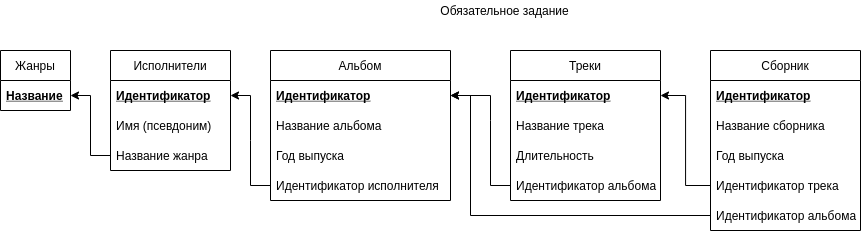
Before: design/lesson3 - task1.png, a diagram exported from draw.io (Bodrian/py-homeworks-db). Source tidied: cells renumbered, new cells last; positions are measured from the earlier drawing's top-left corner, leaving out a move shared by most shapes.
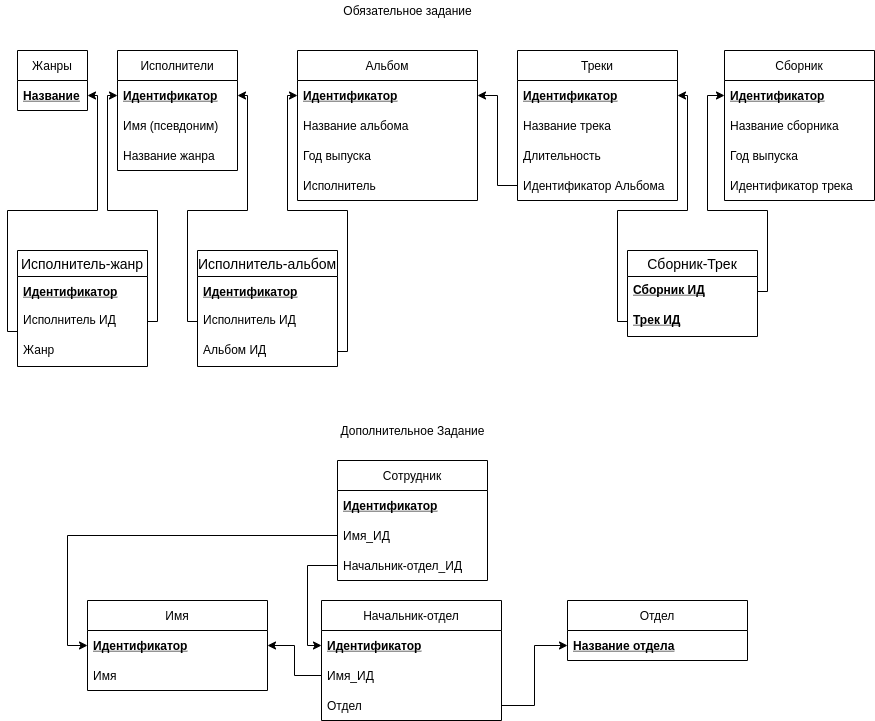
The same diagram one commit later.

Commit message:
ver.2 схема

Отработал замечания, добавил схему доп.задания.

What changed in the source:
```diff
@@ -3,7 +3,7 @@
     <mxCell id="0" />
     <mxCell id="1" parent="0" />
     <mxCell id="2" value="Обязательное задание" style="text;html=1;align=center;verticalAlign=middle;strokeColor=none;fillColor=none;" parent="1" vertex="1">
-      <mxGeometry x="434" width="140" height="20" as="geometry" />
+      <mxGeometry x="330" width="140" height="20" as="geometry" />
     </mxCell>
     <mxCell id="3" value="Исполнители" style="swimlane;fontStyle=0;horizontal=1;startSize=30;" parent="1" vertex="1">
       <mxGeometry x="110" y="50" width="120" height="120" as="geometry" />
@@ -18,7 +18,7 @@
       <mxGeometry y="90" width="120" height="30" as="geometry" />
     </mxCell>
     <mxCell id="7" value="Альбом" style="swimlane;fontStyle=0;horizontal=1;startSize=30;direction=east;" parent="1" vertex="1">
-      <mxGeometry x="270" y="50" width="180" height="150" as="geometry" />
+      <mxGeometry x="290" y="50" width="180" height="150" as="geometry" />
     </mxCell>
     <mxCell id="8" value="Идентификатор" style="text;strokeColor=none;fillColor=none;align=left;verticalAlign=middle;spacingLeft=4;spacingRight=4;overflow=hidden;points=[[0,0.5],[1,0.5]];portConstraint=eastwest;fontStyle=5;" parent="7" vertex="1">
       <mxGeometry y="30" width="180" height="30" as="geometry" />
@@ -29,50 +29,32 @@
     <mxCell id="10" value="Год выпуска" style="text;strokeColor=none;fillColor=none;align=left;verticalAlign=middle;spacingLeft=4;spacingRight=4;overflow=hidden;" parent="7" vertex="1">
       <mxGeometry y="90" width="180" height="30" as="geometry" />
     </mxCell>
-    <mxCell id="11" value="Идентификатор исполнителя" style="text;strokeColor=none;fillColor=none;align=left;verticalAlign=middle;spacingLeft=4;spacingRight=4;overflow=hidden;points=[[0,0.5],[1,0.5]];portConstraint=eastwest;" parent="7" vertex="1">
+    <mxCell id="11" value="Исполнитель" style="text;strokeColor=none;fillColor=none;align=left;verticalAlign=middle;spacingLeft=4;spacingRight=4;overflow=hidden;points=[[0,0.5],[1,0.5]];portConstraint=eastwest;" parent="7" vertex="1">
       <mxGeometry y="120" width="180" height="30" as="geometry" />
     </mxCell>
     <mxCell id="12" value="Треки" style="swimlane;fontStyle=0;horizontal=1;startSize=30;" parent="1" vertex="1">
-      <mxGeometry x="510" y="50" width="150" height="150" as="geometry" />
+      <mxGeometry x="510" y="50" width="160" height="150" as="geometry" />
     </mxCell>
     <mxCell id="13" value="Идентификатор" style="text;strokeColor=none;fillColor=none;align=left;verticalAlign=middle;spacingLeft=4;spacingRight=4;overflow=hidden;points=[[0,0.5],[1,0.5]];portConstraint=eastwest;fontStyle=5;" parent="12" vertex="1">
-      <mxGeometry y="30" width="150" height="30" as="geometry" />
+      <mxGeometry y="30" width="160" height="30" as="geometry" />
     </mxCell>
     <mxCell id="14" value="Название трека" style="text;strokeColor=none;fillColor=none;align=left;verticalAlign=middle;spacingLeft=4;spacingRight=4;overflow=hidden;" parent="12" vertex="1">
-      <mxGeometry y="60" width="150" height="30" as="geometry" />
+      <mxGeometry y="60" width="160" height="30" as="geometry" />
     </mxCell>
     <mxCell id="15" value="Длительность" style="text;strokeColor=none;fillColor=none;align=left;verticalAlign=middle;spacingLeft=4;spacingRight=4;overflow=hidden;" parent="12" vertex="1">
-      <mxGeometry y="90" width="150" height="30" as="geometry" />
+      <mxGeometry y="90" width="160" height="30" as="geometry" />
     </mxCell>
-    <mxCell id="16" value="Идентификатор альбома" style="text;strokeColor=none;fillColor=none;align=left;verticalAlign=middle;spacingLeft=4;spacingRight=4;overflow=hidden;points=[[0,0.5],[1,0.5]];portConstraint=eastwest;" parent="12" vertex="1">
-      <mxGeometry y="120" width="150" height="30" as="geometry" />
+    <mxCell id="16" value="Идентификатор Альбома" style="text;strokeColor=none;fillColor=none;align=left;verticalAlign=middle;spacingLeft=4;spacingRight=4;overflow=hidden;points=[[0,0.5],[1,0.5]];portConstraint=eastwest;" parent="12" vertex="1">
+      <mxGeometry y="120" width="160" height="30" as="geometry" />
     </mxCell>
-    <mxCell id="17" style="endArrow=classic;html=1;rounded=0;exitX=0;exitY=0.5;exitDx=0;exitDy=0;entryX=1;entryY=0.5;entryDx=0;entryDy=0;" parent="1" edge="1" source="11" target="4">
-      <mxGeometry relative="1" as="geometry">
-        <Array as="points">
-          <mxPoint x="250" y="185" />
-          <mxPoint x="250" y="140" />
-          <mxPoint x="250" y="95" />
-        </Array>
-      </mxGeometry>
-    </mxCell>
-    <mxCell id="18" style="endArrow=classic;html=1;rounded=0;exitX=0;exitY=0.5;exitDx=0;exitDy=0;entryX=1;entryY=0.5;entryDx=0;entryDy=0;" parent="1" edge="1" source="16" target="8">
-      <mxGeometry relative="1" as="geometry">
-        <Array as="points">
-          <mxPoint x="490" y="185" />
-          <mxPoint x="490" y="120" />
-          <mxPoint x="490" y="95" />
-        </Array>
-      </mxGeometry>
-    </mxCell>
     <mxCell id="19" value="Жанры" style="swimlane;fontStyle=0;horizontal=1;startSize=30;" parent="1" vertex="1">
-      <mxGeometry y="50" width="70" height="60" as="geometry" />
+      <mxGeometry x="10" y="50" width="70" height="60" as="geometry" />
     </mxCell>
     <mxCell id="20" value="Название" style="text;strokeColor=none;fillColor=none;align=left;verticalAlign=middle;spacingLeft=4;spacingRight=4;overflow=hidden;points=[[0,0.5],[1,0.5]];portConstraint=eastwest;fontStyle=5;" parent="19" vertex="1">
       <mxGeometry y="30" width="70" height="30" as="geometry" />
     </mxCell>
     <mxCell id="21" value="Сборник" style="swimlane;fontStyle=0;horizontal=1;startSize=30;" parent="1" vertex="1">
-      <mxGeometry x="710" y="50" width="150" height="180" as="geometry" />
+      <mxGeometry x="717" y="50" width="150" height="150" as="geometry" />
     </mxCell>
     <mxCell id="22" value="Идентификатор" style="text;strokeColor=none;fillColor=none;align=left;verticalAlign=middle;spacingLeft=4;spacingRight=4;overflow=hidden;points=[[0,0.5],[1,0.5]];portConstraint=eastwest;fontStyle=5;" parent="21" vertex="1">
       <mxGeometry y="30" width="150" height="30" as="geometry" />
@@ -86,22 +68,161 @@
     <mxCell id="25" value="Идентификатор трека" style="text;strokeColor=none;fillColor=none;align=left;verticalAlign=middle;spacingLeft=4;spacingRight=4;overflow=hidden;points=[[0,0.5],[1,0.5]];portConstraint=eastwest;" parent="21" vertex="1">
       <mxGeometry y="120" width="150" height="30" as="geometry" />
     </mxCell>
-    <mxCell id="26" value="Идентификатор альбома" style="text;strokeColor=none;fillColor=none;align=left;verticalAlign=middle;spacingLeft=4;spacingRight=4;overflow=hidden;points=[[0,0.5],[1,0.5]];portConstraint=eastwest;" parent="21" vertex="1">
-      <mxGeometry y="150" width="150" height="30" as="geometry" />
-    </mxCell>
-    <mxCell id="27" style="edgeStyle=orthogonalEdgeStyle;rounded=0;jettySize=auto;html=1;exitX=0;exitY=0.5;exitDx=0;exitDy=0;entryX=1;entryY=0.5;entryDx=0;entryDy=0;" parent="1" edge="1" source="6" target="20">
-      <mxGeometry relative="1" as="geometry" />
-    </mxCell>
-    <mxCell id="28" style="edgeStyle=orthogonalEdgeStyle;rounded=0;jettySize=auto;html=1;exitX=0;exitY=0.5;exitDx=0;exitDy=0;entryX=1;entryY=0.5;entryDx=0;entryDy=0;" parent="1" edge="1" source="25" target="13">
-      <mxGeometry relative="1" as="geometry" />
-    </mxCell>
-    <mxCell id="29" style="edgeStyle=orthogonalEdgeStyle;rounded=0;jettySize=auto;html=1;exitX=0;exitY=0.5;exitDx=0;exitDy=0;entryX=1;entryY=0.5;entryDx=0;entryDy=0;" parent="1" edge="1" source="26" target="8">
-      <mxGeometry relative="1" as="geometry">
-        <Array as="points">
-          <mxPoint x="470" y="215" />
-          <mxPoint x="470" y="95" />
-        </Array>
-      </mxGeometry>
-    </mxCell>
+    <mxCell id="30" value="Исполнитель-жанр" style="swimlane;fontStyle=0;horizontal=1;startSize=26;align=center;fontSize=14;" parent="1" vertex="1">
+      <mxGeometry x="10" y="250" width="130" height="116" as="geometry" />
+    </mxCell>
+    <mxCell id="31" value="Идентификатор" style="text;strokeColor=none;fillColor=none;align=left;verticalAlign=middle;spacingLeft=4;spacingRight=4;overflow=hidden;rounded=0;glass=0;shadow=0;fontStyle=5;" parent="30" vertex="1">
+      <mxGeometry y="26" width="130" height="30" as="geometry" />
+    </mxCell>
+    <mxCell id="32" value="Исполнитель ИД" style="text;strokeColor=none;fillColor=none;spacingLeft=4;spacingRight=4;overflow=hidden;points=[[0,0.5],[1,0.5]];portConstraint=eastwest;fontSize=12;" parent="30" vertex="1">
+      <mxGeometry y="56" width="130" height="30" as="geometry" />
+    </mxCell>
+    <mxCell id="33" value="Жанр" style="text;strokeColor=none;fillColor=none;spacingLeft=4;spacingRight=4;overflow=hidden;points=[[0,0.5],[1,0.5]];portConstraint=eastwest;fontSize=12;" parent="30" vertex="1">
+      <mxGeometry y="86" width="130" height="30" as="geometry" />
+    </mxCell>
+    <mxCell id="34" style="edgeStyle=orthogonalEdgeStyle;rounded=0;jettySize=auto;html=1;exitX=1;exitY=0.5;exitDx=0;exitDy=0;entryX=0;entryY=0.5;entryDx=0;entryDy=0;" parent="1" edge="1" source="32" target="4">
+      <mxGeometry relative="1" as="geometry">
+        <Array as="points">
+          <mxPoint x="150" y="321" />
+          <mxPoint x="150" y="210" />
+          <mxPoint x="100" y="210" />
+          <mxPoint x="100" y="95" />
+        </Array>
+      </mxGeometry>
+    </mxCell>
+    <mxCell id="35" style="edgeStyle=orthogonalEdgeStyle;rounded=0;jettySize=auto;html=1;exitX=0;exitY=0.5;exitDx=0;exitDy=0;entryX=1;entryY=0.5;entryDx=0;entryDy=0;" parent="1" edge="1" source="33" target="20">
+      <mxGeometry relative="1" as="geometry">
+        <Array as="points">
+          <mxPoint x="10" y="331" />
+          <mxPoint y="331" />
+          <mxPoint y="210" />
+          <mxPoint x="90" y="210" />
+          <mxPoint x="90" y="95" />
+        </Array>
+      </mxGeometry>
+    </mxCell>
+    <mxCell id="36" value="Исполнитель-альбом" style="swimlane;fontStyle=0;horizontal=1;startSize=26;align=center;fontSize=14;" parent="1" vertex="1">
+      <mxGeometry x="190" y="250" width="140" height="116" as="geometry" />
+    </mxCell>
+    <mxCell id="37" value="Идентификатор" style="text;strokeColor=none;fillColor=none;align=left;verticalAlign=middle;spacingLeft=4;spacingRight=4;overflow=hidden;rounded=0;glass=0;shadow=0;fontStyle=5;" parent="36" vertex="1">
+      <mxGeometry y="26" width="140" height="30" as="geometry" />
+    </mxCell>
+    <mxCell id="38" value="Исполнитель ИД" style="text;strokeColor=none;fillColor=none;spacingLeft=4;spacingRight=4;overflow=hidden;points=[[0,0.5],[1,0.5]];portConstraint=eastwest;fontSize=12;" parent="36" vertex="1">
+      <mxGeometry y="56" width="140" height="30" as="geometry" />
+    </mxCell>
+    <mxCell id="39" value="Альбом ИД" style="text;strokeColor=none;fillColor=none;spacingLeft=4;spacingRight=4;overflow=hidden;points=[[0,0.5],[1,0.5]];portConstraint=eastwest;fontSize=12;" parent="36" vertex="1">
+      <mxGeometry y="86" width="140" height="30" as="geometry" />
+    </mxCell>
+    <mxCell id="40" style="edgeStyle=orthogonalEdgeStyle;rounded=0;jettySize=auto;html=1;exitX=0;exitY=0.5;exitDx=0;exitDy=0;entryX=1;entryY=0.5;entryDx=0;entryDy=0;" parent="1" edge="1" source="38" target="4">
+      <mxGeometry relative="1" as="geometry">
+        <Array as="points">
+          <mxPoint x="180" y="321" />
+          <mxPoint x="180" y="210" />
+          <mxPoint x="240" y="210" />
+          <mxPoint x="240" y="95" />
+        </Array>
+      </mxGeometry>
+    </mxCell>
+    <mxCell id="41" style="edgeStyle=orthogonalEdgeStyle;rounded=0;jettySize=auto;html=1;exitX=1;exitY=0.5;exitDx=0;exitDy=0;entryX=0;entryY=0.5;entryDx=0;entryDy=0;" parent="1" edge="1" source="39" target="8">
+      <mxGeometry relative="1" as="geometry">
+        <Array as="points">
+          <mxPoint x="340" y="351" />
+          <mxPoint x="340" y="210" />
+          <mxPoint x="280" y="210" />
+          <mxPoint x="280" y="95" />
+        </Array>
+      </mxGeometry>
+    </mxCell>
+    <mxCell id="18" style="edgeStyle=orthogonalEdgeStyle;rounded=0;jettySize=auto;html=1;exitX=0;exitY=0.5;exitDx=0;exitDy=0;entryX=1;entryY=0.5;entryDx=0;entryDy=0;" parent="1" edge="1" source="16" target="8">
+      <mxGeometry relative="1" as="geometry" />
+    </mxCell>
+    <mxCell id="42" value="Сборник-Трек" style="swimlane;fontStyle=0;horizontal=1;startSize=26;align=center;fontSize=14;" parent="1" vertex="1">
+      <mxGeometry x="620" y="250" width="130" height="86" as="geometry" />
+    </mxCell>
+    <mxCell id="43" value="Сборник ИД" style="text;strokeColor=none;fillColor=none;spacingLeft=4;spacingRight=4;overflow=hidden;points=[[0,0.5],[1,0.5]];portConstraint=eastwest;fontSize=12;fontStyle=5;" parent="42" vertex="1">
+      <mxGeometry y="26" width="130" height="30" as="geometry" />
+    </mxCell>
+    <mxCell id="44" value="Трек ИД" style="text;strokeColor=none;fillColor=none;spacingLeft=4;spacingRight=4;overflow=hidden;points=[[0,0.5],[1,0.5]];portConstraint=eastwest;fontSize=12;fontStyle=5;" parent="42" vertex="1">
+      <mxGeometry y="56" width="130" height="30" as="geometry" />
+    </mxCell>
+    <mxCell id="45" style="edgeStyle=orthogonalEdgeStyle;rounded=0;jettySize=auto;html=1;exitX=0;exitY=0.5;exitDx=0;exitDy=0;entryX=1;entryY=0.5;entryDx=0;entryDy=0;" parent="1" edge="1" source="44" target="13">
+      <mxGeometry relative="1" as="geometry">
+        <Array as="points">
+          <mxPoint x="610" y="321" />
+          <mxPoint x="610" y="210" />
+          <mxPoint x="680" y="210" />
+          <mxPoint x="680" y="95" />
+        </Array>
+      </mxGeometry>
+    </mxCell>
+    <mxCell id="46" style="edgeStyle=orthogonalEdgeStyle;rounded=0;jettySize=auto;html=1;exitX=1;exitY=0.5;exitDx=0;exitDy=0;entryX=0;entryY=0.5;entryDx=0;entryDy=0;" parent="1" edge="1" source="43" target="22">
+      <mxGeometry relative="1" as="geometry">
+        <Array as="points">
+          <mxPoint x="760" y="291" />
+          <mxPoint x="760" y="210" />
+          <mxPoint x="700" y="210" />
+          <mxPoint x="700" y="95" />
+        </Array>
+      </mxGeometry>
+    </mxCell>
+    <mxCell id="47" value="Дополнительное Задание" style="text;html=1;align=center;verticalAlign=middle;strokeColor=none;fillColor=none;" parent="1" vertex="1">
+      <mxGeometry x="325" y="420" width="160" height="20" as="geometry" />
+    </mxCell>
+    <mxCell id="48" value="Имя" style="swimlane;fontStyle=0;horizontal=1;startSize=30;direction=east;" parent="1" vertex="1">
+      <mxGeometry x="80" y="600" width="180" height="90" as="geometry" />
+    </mxCell>
+    <mxCell id="49" value="Идентификатор" style="text;strokeColor=none;fillColor=none;align=left;verticalAlign=middle;spacingLeft=4;spacingRight=4;overflow=hidden;points=[[0,0.5],[1,0.5]];portConstraint=eastwest;fontStyle=5;" parent="48" vertex="1">
+      <mxGeometry y="30" width="180" height="30" as="geometry" />
+    </mxCell>
+    <mxCell id="50" value="Имя" style="text;strokeColor=none;fillColor=none;align=left;verticalAlign=middle;spacingLeft=4;spacingRight=4;overflow=hidden;" parent="48" vertex="1">
+      <mxGeometry y="60" width="180" height="30" as="geometry" />
+    </mxCell>
+    <mxCell id="51" value="Начальник-отдел" style="swimlane;fontStyle=0;horizontal=1;startSize=30;direction=east;" parent="1" vertex="1">
+      <mxGeometry x="314" y="600" width="180" height="120" as="geometry" />
+    </mxCell>
+    <mxCell id="52" value="Идентификатор" style="text;strokeColor=none;fillColor=none;align=left;verticalAlign=middle;spacingLeft=4;spacingRight=4;overflow=hidden;points=[[0,0.5],[1,0.5]];portConstraint=eastwest;fontStyle=5;" parent="51" vertex="1">
+      <mxGeometry y="30" width="180" height="30" as="geometry" />
+    </mxCell>
+    <mxCell id="53" value="Имя_ИД" style="text;strokeColor=none;fillColor=none;align=left;verticalAlign=middle;spacingLeft=4;spacingRight=4;overflow=hidden;points=[[0,0.5],[1,0.5]];portConstraint=eastwest;" parent="51" vertex="1">
+      <mxGeometry y="60" width="180" height="30" as="geometry" />
+    </mxCell>
+    <mxCell id="54" value="Отдел" style="text;strokeColor=none;fillColor=none;align=left;verticalAlign=middle;spacingLeft=4;spacingRight=4;overflow=hidden;points=[[0,0.5],[1,0.5]];portConstraint=eastwest;" parent="51" vertex="1">
+      <mxGeometry y="90" width="180" height="30" as="geometry" />
+    </mxCell>
+    <mxCell id="55" value="Сотрудник" style="swimlane;fontStyle=0;horizontal=1;startSize=30;" parent="1" vertex="1">
+      <mxGeometry x="330" y="460" width="150" height="120" as="geometry" />
+    </mxCell>
+    <mxCell id="56" value="Идентификатор" style="text;strokeColor=none;fillColor=none;align=left;verticalAlign=middle;spacingLeft=4;spacingRight=4;overflow=hidden;fontStyle=5;" parent="55" vertex="1">
+      <mxGeometry y="30" width="150" height="30" as="geometry" />
+    </mxCell>
+    <mxCell id="57" value="Имя_ИД" style="text;strokeColor=none;fillColor=none;align=left;verticalAlign=middle;spacingLeft=4;spacingRight=4;overflow=hidden;points=[[0,0.5],[1,0.5]];portConstraint=eastwest;" parent="55" vertex="1">
+      <mxGeometry y="60" width="150" height="30" as="geometry" />
+    </mxCell>
+    <mxCell id="58" value="Начальник-отдел_ИД" style="text;strokeColor=none;fillColor=none;align=left;verticalAlign=middle;spacingLeft=4;spacingRight=4;overflow=hidden;points=[[0,0.5],[1,0.5]];portConstraint=eastwest;" parent="55" vertex="1">
+      <mxGeometry y="90" width="150" height="30" as="geometry" />
+    </mxCell>
+    <mxCell id="59" value="Отдел" style="swimlane;fontStyle=0;horizontal=1;startSize=30;direction=east;" parent="1" vertex="1">
+      <mxGeometry x="560" y="600" width="180" height="60" as="geometry" />
+    </mxCell>
+    <mxCell id="60" value="Название отдела" style="text;strokeColor=none;fillColor=none;align=left;verticalAlign=middle;spacingLeft=4;spacingRight=4;overflow=hidden;points=[[0,0.5],[1,0.5]];portConstraint=eastwest;fontStyle=5;" parent="59" vertex="1">
+      <mxGeometry y="30" width="180" height="30" as="geometry" />
+    </mxCell>
+    <mxCell id="61" style="edgeStyle=orthogonalEdgeStyle;rounded=0;jettySize=auto;html=1;exitX=1;exitY=0.5;exitDx=0;exitDy=0;entryX=0;entryY=0.5;entryDx=0;entryDy=0;" parent="1" edge="1" source="54" target="60">
+      <mxGeometry relative="1" as="geometry" />
+    </mxCell>
+    <mxCell id="62" style="edgeStyle=orthogonalEdgeStyle;rounded=0;jettySize=auto;html=1;exitX=0;exitY=0.5;exitDx=0;exitDy=0;entryX=1;entryY=0.5;entryDx=0;entryDy=0;" parent="1" edge="1" source="53" target="49">
+      <mxGeometry relative="1" as="geometry" />
+    </mxCell>
+    <mxCell id="63" style="edgeStyle=orthogonalEdgeStyle;rounded=0;jettySize=auto;html=1;exitX=0;exitY=0.5;exitDx=0;exitDy=0;entryX=0;entryY=0.5;entryDx=0;entryDy=0;" parent="1" edge="1" source="57" target="49">
+      <mxGeometry relative="1" as="geometry" />
+    </mxCell>
+    <mxCell id="64" style="edgeStyle=orthogonalEdgeStyle;rounded=0;jettySize=auto;html=1;exitX=0;exitY=0.5;exitDx=0;exitDy=0;entryX=0;entryY=0.5;entryDx=0;entryDy=0;" parent="1" edge="1" source="58" target="52">
+      <mxGeometry relative="1" as="geometry">
+        <Array as="points">
+          <mxPoint x="300" y="565" />
+          <mxPoint x="300" y="645" />
+        </Array>
+      </mxGeometry>
+    </mxCell>
   </root>
 </mxGraphModel>
```
